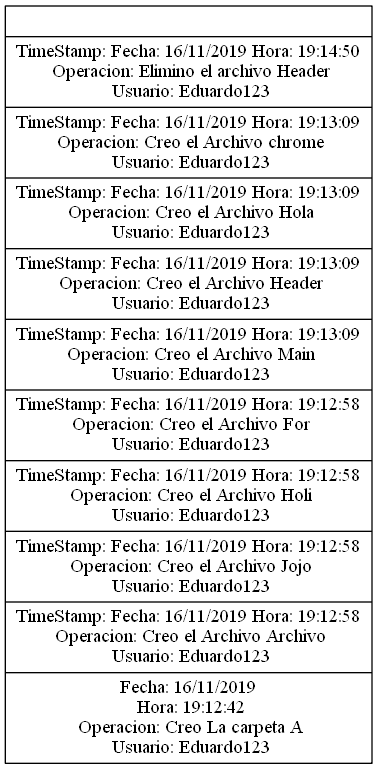
Earlier version of the Graphviz export Proyecto2/Bitacora.png (Eduardo01004/EDD_2S2019_PY2_201612124). Its source is kept beside it as Proyecto2/Bitacora.dot. Its diagram source:
```dot
digraph G{ rankdir=LR;
node [shape= record, width=.1,height=.1];

nodeTable [label = "
|TimeStamp: Fecha: 16/11/2019 Hora: 19:14:50&#92;n Operacion:  Elimino el archivo Header&#92;n  Usuario: Eduardo123
|TimeStamp: Fecha: 16/11/2019 Hora: 19:13:09&#92;n Operacion:  Creo el Archivo chrome&#92;n  Usuario: Eduardo123
|TimeStamp: Fecha: 16/11/2019 Hora: 19:13:09&#92;n Operacion:  Creo el Archivo Hola&#92;n  Usuario: Eduardo123
|TimeStamp: Fecha: 16/11/2019 Hora: 19:13:09&#92;n Operacion:  Creo el Archivo Header&#92;n  Usuario: Eduardo123
|TimeStamp: Fecha: 16/11/2019 Hora: 19:13:09&#92;n Operacion:  Creo el Archivo Main&#92;n  Usuario: Eduardo123
|TimeStamp: Fecha: 16/11/2019 Hora: 19:12:58&#92;n Operacion:  Creo el Archivo For&#92;n  Usuario: Eduardo123
|TimeStamp: Fecha: 16/11/2019 Hora: 19:12:58&#92;n Operacion:  Creo el Archivo Holi&#92;n  Usuario: Eduardo123
|TimeStamp: Fecha: 16/11/2019 Hora: 19:12:58&#92;n Operacion:  Creo el Archivo Jojo&#92;n  Usuario: Eduardo123
|TimeStamp: Fecha: 16/11/2019 Hora: 19:12:58&#92;n Operacion:  Creo el Archivo Archivo&#92;n  Usuario: Eduardo123
|Fecha: 16/11/2019&#92;n Hora: 19:12:42&#92;n Operacion:  Creo La carpeta A&#92;n  Usuario: Eduardo123
"];
}
```
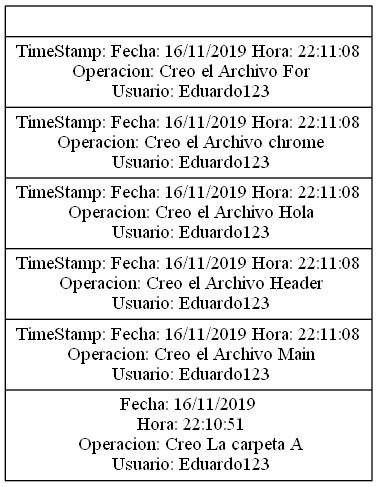
After the commit.

Diff of the diagram source:
```diff
@@ -2,15 +2,11 @@
 node [shape= record, width=.1,height=.1];
 
 nodeTable [label = "
-|TimeStamp: Fecha: 16/11/2019 Hora: 19:14:50&#92;n Operacion:  Elimino el archivo Header&#92;n  Usuario: Eduardo123
-|TimeStamp: Fecha: 16/11/2019 Hora: 19:13:09&#92;n Operacion:  Creo el Archivo chrome&#92;n  Usuario: Eduardo123
-|TimeStamp: Fecha: 16/11/2019 Hora: 19:13:09&#92;n Operacion:  Creo el Archivo Hola&#92;n  Usuario: Eduardo123
-|TimeStamp: Fecha: 16/11/2019 Hora: 19:13:09&#92;n Operacion:  Creo el Archivo Header&#92;n  Usuario: Eduardo123
-|TimeStamp: Fecha: 16/11/2019 Hora: 19:13:09&#92;n Operacion:  Creo el Archivo Main&#92;n  Usuario: Eduardo123
-|TimeStamp: Fecha: 16/11/2019 Hora: 19:12:58&#92;n Operacion:  Creo el Archivo For&#92;n  Usuario: Eduardo123
-|TimeStamp: Fecha: 16/11/2019 Hora: 19:12:58&#92;n Operacion:  Creo el Archivo Holi&#92;n  Usuario: Eduardo123
-|TimeStamp: Fecha: 16/11/2019 Hora: 19:12:58&#92;n Operacion:  Creo el Archivo Jojo&#92;n  Usuario: Eduardo123
-|TimeStamp: Fecha: 16/11/2019 Hora: 19:12:58&#92;n Operacion:  Creo el Archivo Archivo&#92;n  Usuario: Eduardo123
-|Fecha: 16/11/2019&#92;n Hora: 19:12:42&#92;n Operacion:  Creo La carpeta A&#92;n  Usuario: Eduardo123
+|TimeStamp: Fecha: 16/11/2019 Hora: 22:11:08&#92;n Operacion:  Creo el Archivo For&#92;n  Usuario: Eduardo123
+|TimeStamp: Fecha: 16/11/2019 Hora: 22:11:08&#92;n Operacion:  Creo el Archivo chrome&#92;n  Usuario: Eduardo123
+|TimeStamp: Fecha: 16/11/2019 Hora: 22:11:08&#92;n Operacion:  Creo el Archivo Hola&#92;n  Usuario: Eduardo123
+|TimeStamp: Fecha: 16/11/2019 Hora: 22:11:08&#92;n Operacion:  Creo el Archivo Header&#92;n  Usuario: Eduardo123
+|TimeStamp: Fecha: 16/11/2019 Hora: 22:11:08&#92;n Operacion:  Creo el Archivo Main&#92;n  Usuario: Eduardo123
+|Fecha: 16/11/2019&#92;n Hora: 22:10:51&#92;n Operacion:  Creo La carpeta A&#92;n  Usuario: Eduardo123
 "];
 }
```
